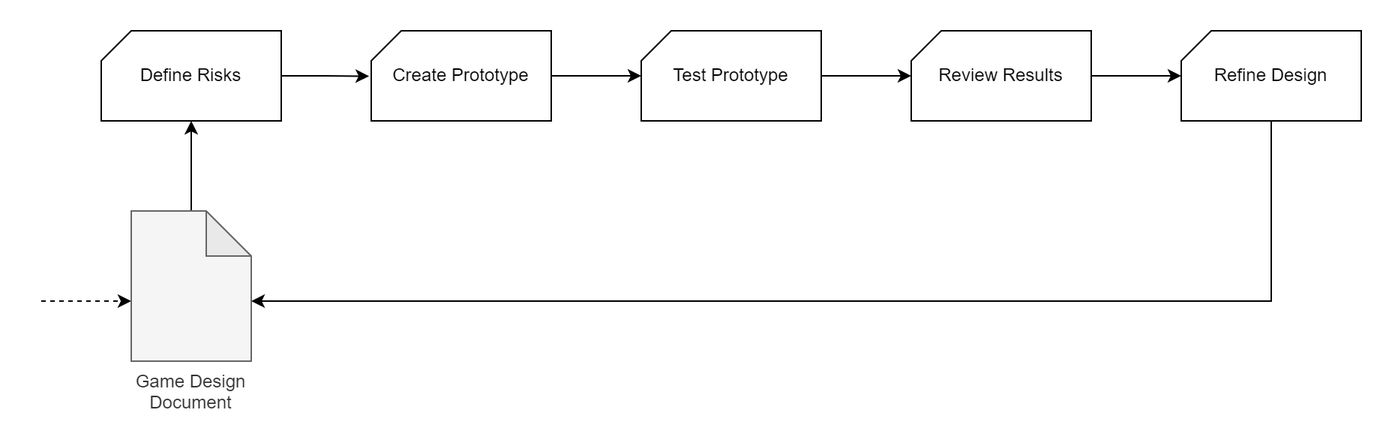
Earlier version of the draw.io export Images/Prototyping.png (ghostsnglitter/Game-Dev-Library). Source tidied: cells renumbered, new cells last; positions are measured from the earlier drawing's top-left corner, leaving out a move shared by most shapes.
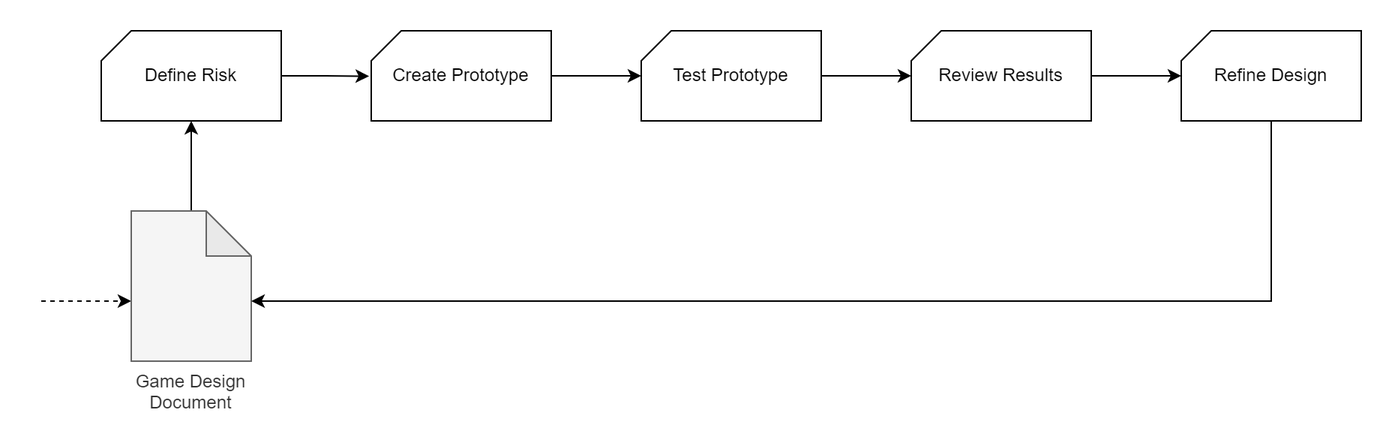
After the change.

What changed in the source:
```diff
@@ -5,7 +5,7 @@
     <mxCell id="2" style="edgeStyle=orthogonalEdgeStyle;rounded=0;jettySize=auto;html=1;entryX=-0.012;entryY=0.504;entryDx=0;entryDy=0;entryPerimeter=0;" parent="1" edge="1" source="3" target="5">
       <mxGeometry relative="1" as="geometry" />
     </mxCell>
-    <mxCell id="3" value="Define Risks" style="verticalLabelPosition=middle;verticalAlign=middle;html=1;shape=card;whiteSpace=wrap;size=20;arcSize=12;labelPosition=center;align=center;fillColor=none;" parent="1" vertex="1">
+    <mxCell id="3" value="Define Risk" style="verticalLabelPosition=middle;verticalAlign=middle;html=1;shape=card;whiteSpace=wrap;size=20;arcSize=12;labelPosition=center;align=center;fillColor=none;" parent="1" vertex="1">
       <mxGeometry x="40" width="120" height="60" as="geometry" />
     </mxCell>
     <mxCell id="4" style="edgeStyle=orthogonalEdgeStyle;rounded=0;jettySize=auto;html=1;entryX=0;entryY=0.5;entryDx=0;entryDy=0;entryPerimeter=0;" parent="1" edge="1" source="5" target="10">
```
